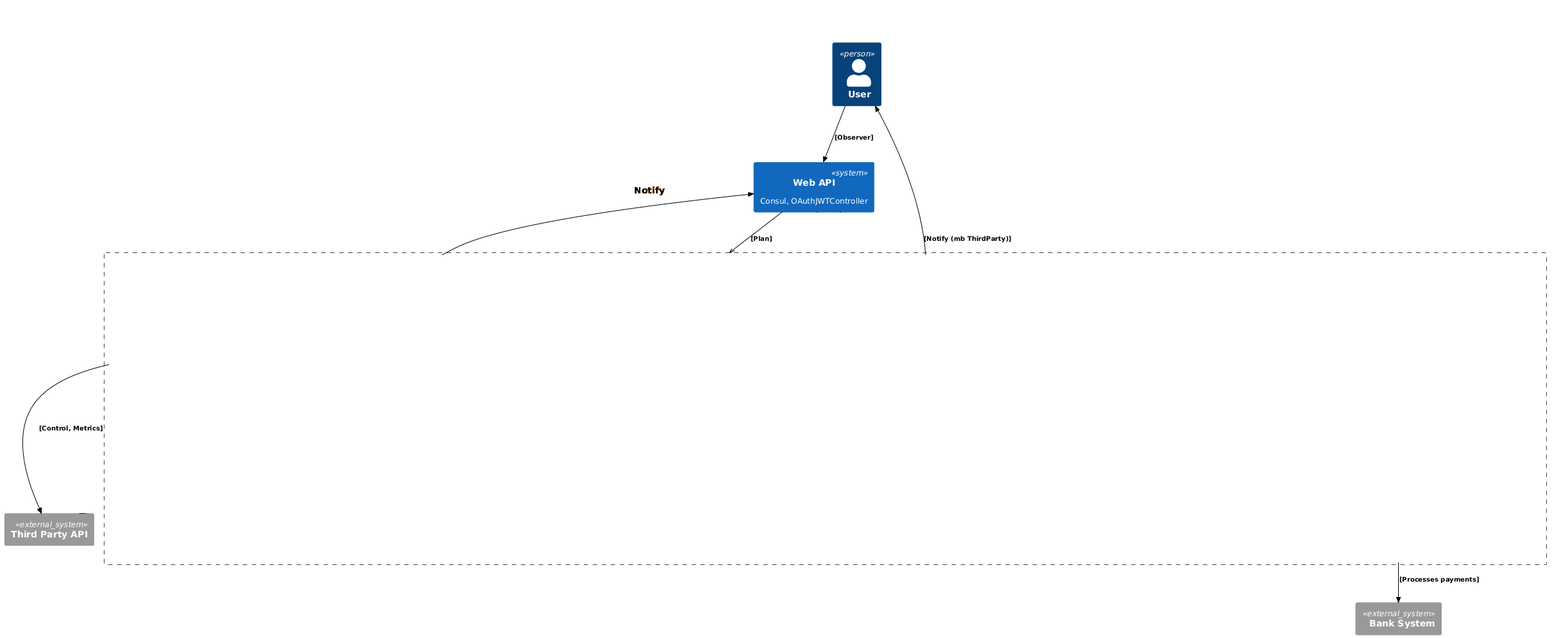
Earlier version of the PlantUML export C4 (context).png (botcser/architecture-sprint-3).
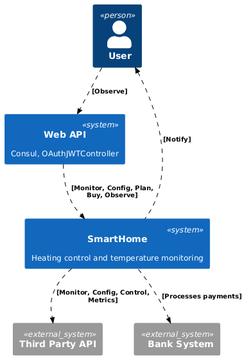
The same file after the commit.

The edit, as a diff of the source:
```diff
@@ -5,81 +5,18 @@
 !include <archimate/Archimate>
 !includeurl https://raw.githubusercontent.com/plantuml-stdlib/Archimate-PlantUML/master/Archimate.puml
 
+
+AddRelTag("dashed", $lineStyle = DashedLine())
+
 Person(UserAlias, "User")
-
 System(APIAlias, "Web API", "Consul, OAuthJWTController")
-
-System_Boundary(c1, "HachEnegryMarketing"){
-System(ShedulerAlias, "Sheduler", "OAuthJWTVerifier, ScheduleController(RabbitMQ), Repository Layer")
-System(ModulesControllerAlias, "ModulesController", "EnergyModule, HeatModule, BigDoorModule, SomeElseShitModule, ThirdPartyController, Repository Layer")
-System(MonitorAlias, "Monitor", "OAuthJWTVerifier, VideoViewController, ThirdPartyController, Repository Layer")
-System(NotifyAlias, "Notify", "OAuthJWTVerifier, NotifyController, ThirdPartyController, Repository Layer")
-System(BillingAlias, "Billing", "PaymentController, Verifier")
-System(ProfileAlias, "Profile", "AuthController, UserController, PaymentController, Repository Layer")
-ContainerDb(BDAlias, "BD Gateway", "Redis, MongoDB Repl, Repository Layer")
-ContainerDb(BDMediaAlias, "BDMedia Gateway", "MongoDB Shard Hash, Repository Layer")
-}
-
-Rel(UserAlias, APIAlias, "[Observer]")
-
+System(SmartHome, "SmartHome", "Heating control and temperature monitoring")
 System_Ext(ThirdPartyAPIAlias, "Third Party API")
 System_Ext(BankSystemAlias, "Bank System")
 
-Rel_D(MonitorAlias, ThirdPartyAPIAlias, "[Monitor, Config]")
-BiRel(MonitorAlias, BDMediaAlias, "[Data]")
-BiRel(MonitorAlias, BDAlias, "[Data]")
-
-BiRel_U(NotifyAlias, APIAlias, "[Config]")
-Rel_U(NotifyAlias, UserAlias, "[Notify (mb ThirdParty)]")
-Rel_D(NotifyAlias, ThirdPartyAPIAlias, "[Metrics]")
-BiRel(NotifyAlias, BDAlias, "[Data]")
-
-Rel(APIAlias, MonitorAlias, "[Monitor, Config]")
-Rel(APIAlias, ShedulerAlias, "[Plan]")
-Rel(APIAlias, ProfileAlias, "[Buy]")
-
-Rel_D(ShedulerAlias, ThirdPartyAPIAlias, "[Control, Metrics]")
-BiRel(ShedulerAlias, BDAlias, "[Data]")
-BiRel(ShedulerAlias, ModulesControllerAlias, "[Plan]")
-BiRel(ModulesControllerAlias, BDAlias, "[Data]")
-
-BiRel(ProfileAlias, BillingAlias, "[Processes payments]")
-BiRel(ProfileAlias, BDAlias, "[Data]")
-
-Rel_D(BillingAlias, BankSystemAlias, "[Processes payments]")
-
-Application_Service(ModulesManager, "ModulesManager", true) {
- WithoutPropertyHeader()
- AddProperty("ModulesManager", "GetAllModules(),")
- AddProperty("", "RegisterModule()")
- AddProperty("", "UnRegisterModule()")
- AddProperty("", "MakeOperationModule()...")
- AddProperty("RepositoryLayer", "BDOperations...")
- Deployment_Node(ModulesController, "Modules Controller")
-
- Business_Service("EnergyModule", "Energy Module\n[Register, Operations]\n[ThirdPartyOperations]")
- Business_Service("HeatModule", "Heat Module\n[Register, Operations]\n[ThirdPartyOperations]")
- Business_Service("BigDoorModule", "BigDoor Module\n[Register, Operations]\n[ThirdPartyOperations]")
-}
-
-Application_Service(Sheduler, "Sheduler", true) {
- WithoutPropertyHeader()
- AddProperty("OAuth/JWT Verifier", "Verify(),")
- AddProperty("", "SyncWithDB()")
- Deployment_Node(OAuthJWTVerifier, "OAuth/JWT Verifier")
-
- WithoutPropertyHeader()
- AddProperty("ScheduleController", "OAuth/JWTValidate()")
- AddProperty("", "PresentModules")
- AddProperty("", "RepositorySyncData()")
- AddProperty("ModulesManagerProxy", "UpdateEvailableModules(),")
- AddProperty("", "TaskOperation()...")
- Deployment_Node(ScheduleController, "Schedule Controller")
-}
-
-Rel(ScheduleController, OAuthJWTVerifier, "[OAuthJWTCheck]")
-Rel_L(ScheduleController, ModulesController, "[Plan]")
-BiRel(ModulesController, HeatModule, "[Data, Control]")
-BiRel(ModulesController, EnergyModule, "[Data, Control]]")
-BiRel(ModulesController, BigDoorModule, "[Data, Control]]")
+Rel(UserAlias, APIAlias, "[Observe]", $tags="dashed")
+Rel_D(SmartHome, ThirdPartyAPIAlias, "[Monitor, Config, Control, Metrics]", $tags="dashed")
+Rel_U(SmartHome, UserAlias, "[Notify]", $tags="dashed")
+Rel(APIAlias, SmartHome, "[Monitor, Config, Plan, Buy, Observe]", $tags="dashed")
+Rel_D(SmartHome, BankSystemAlias, "[Processes payments]", $tags="dashed")
 @enduml
```
